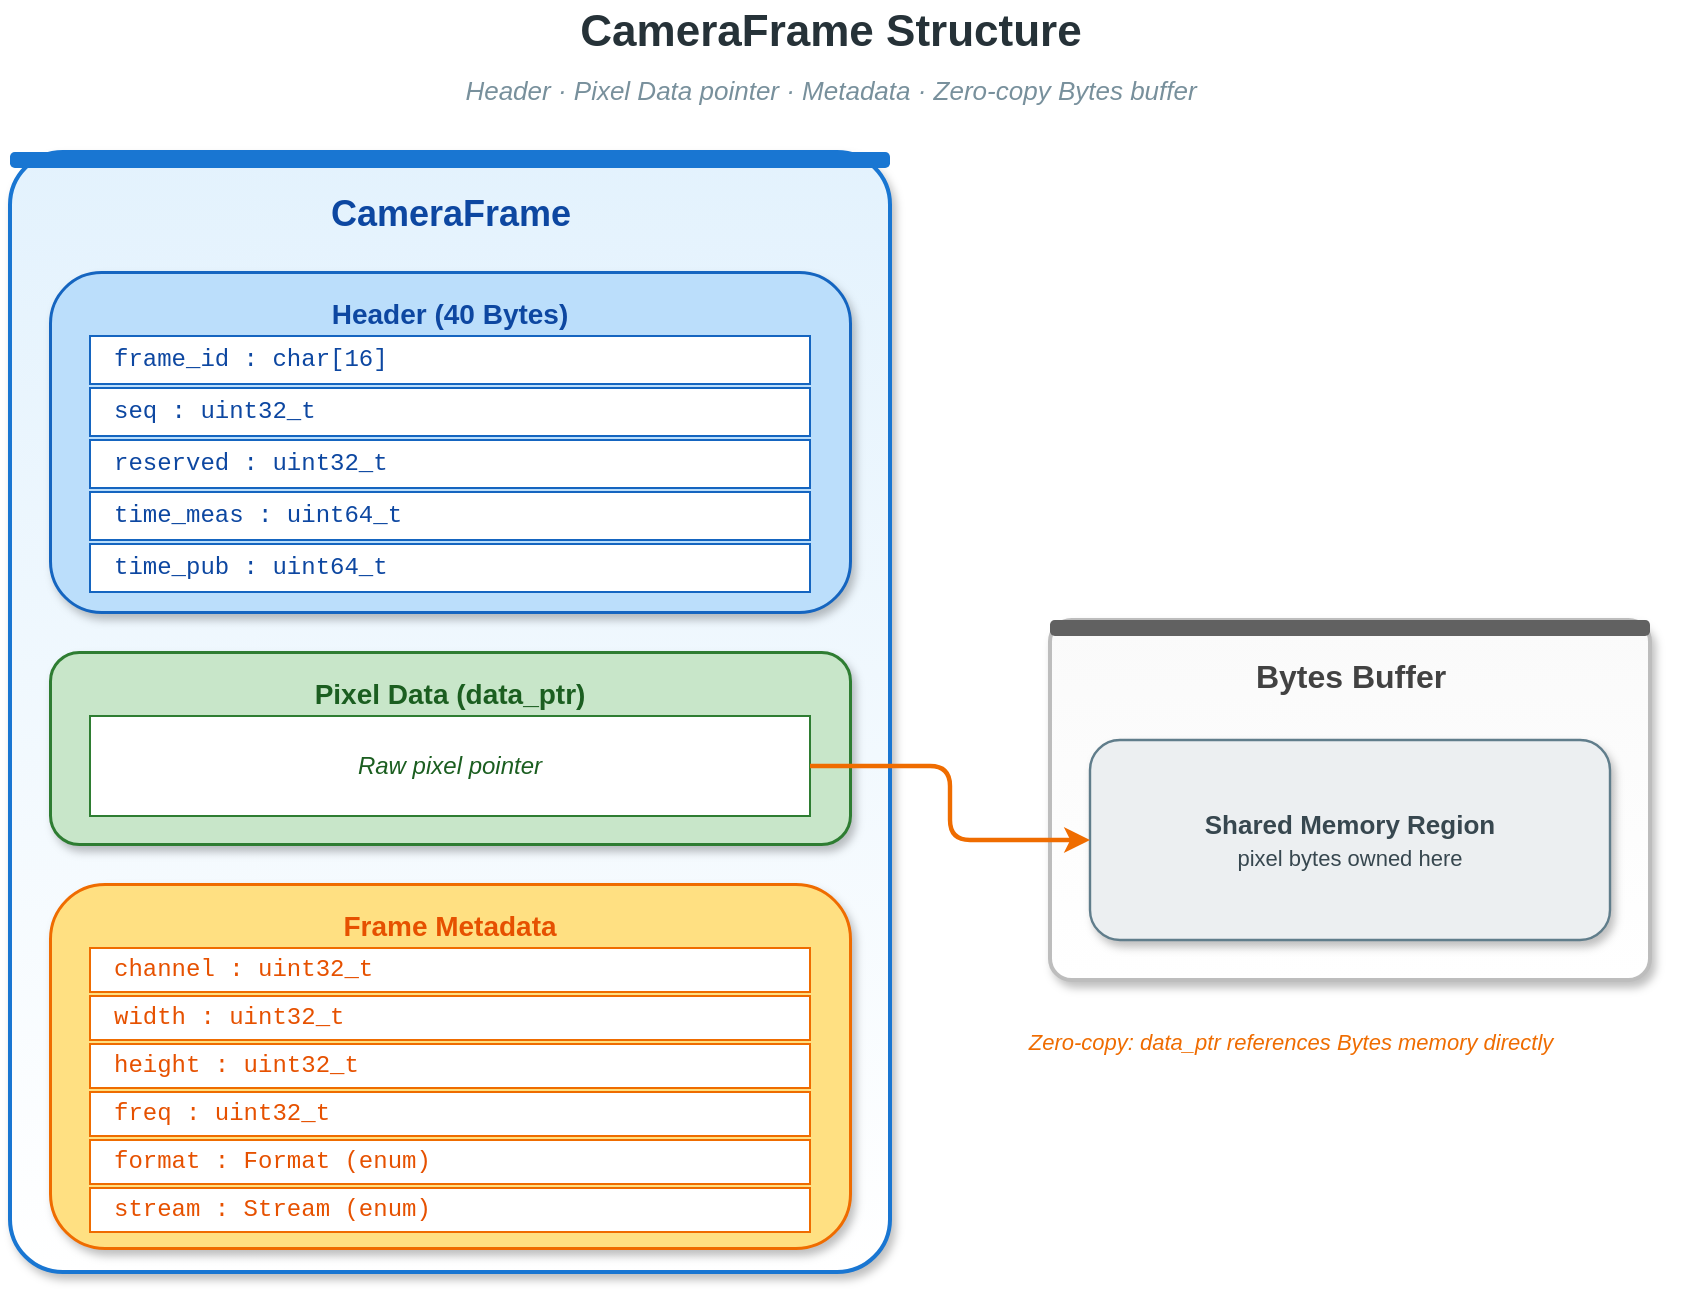
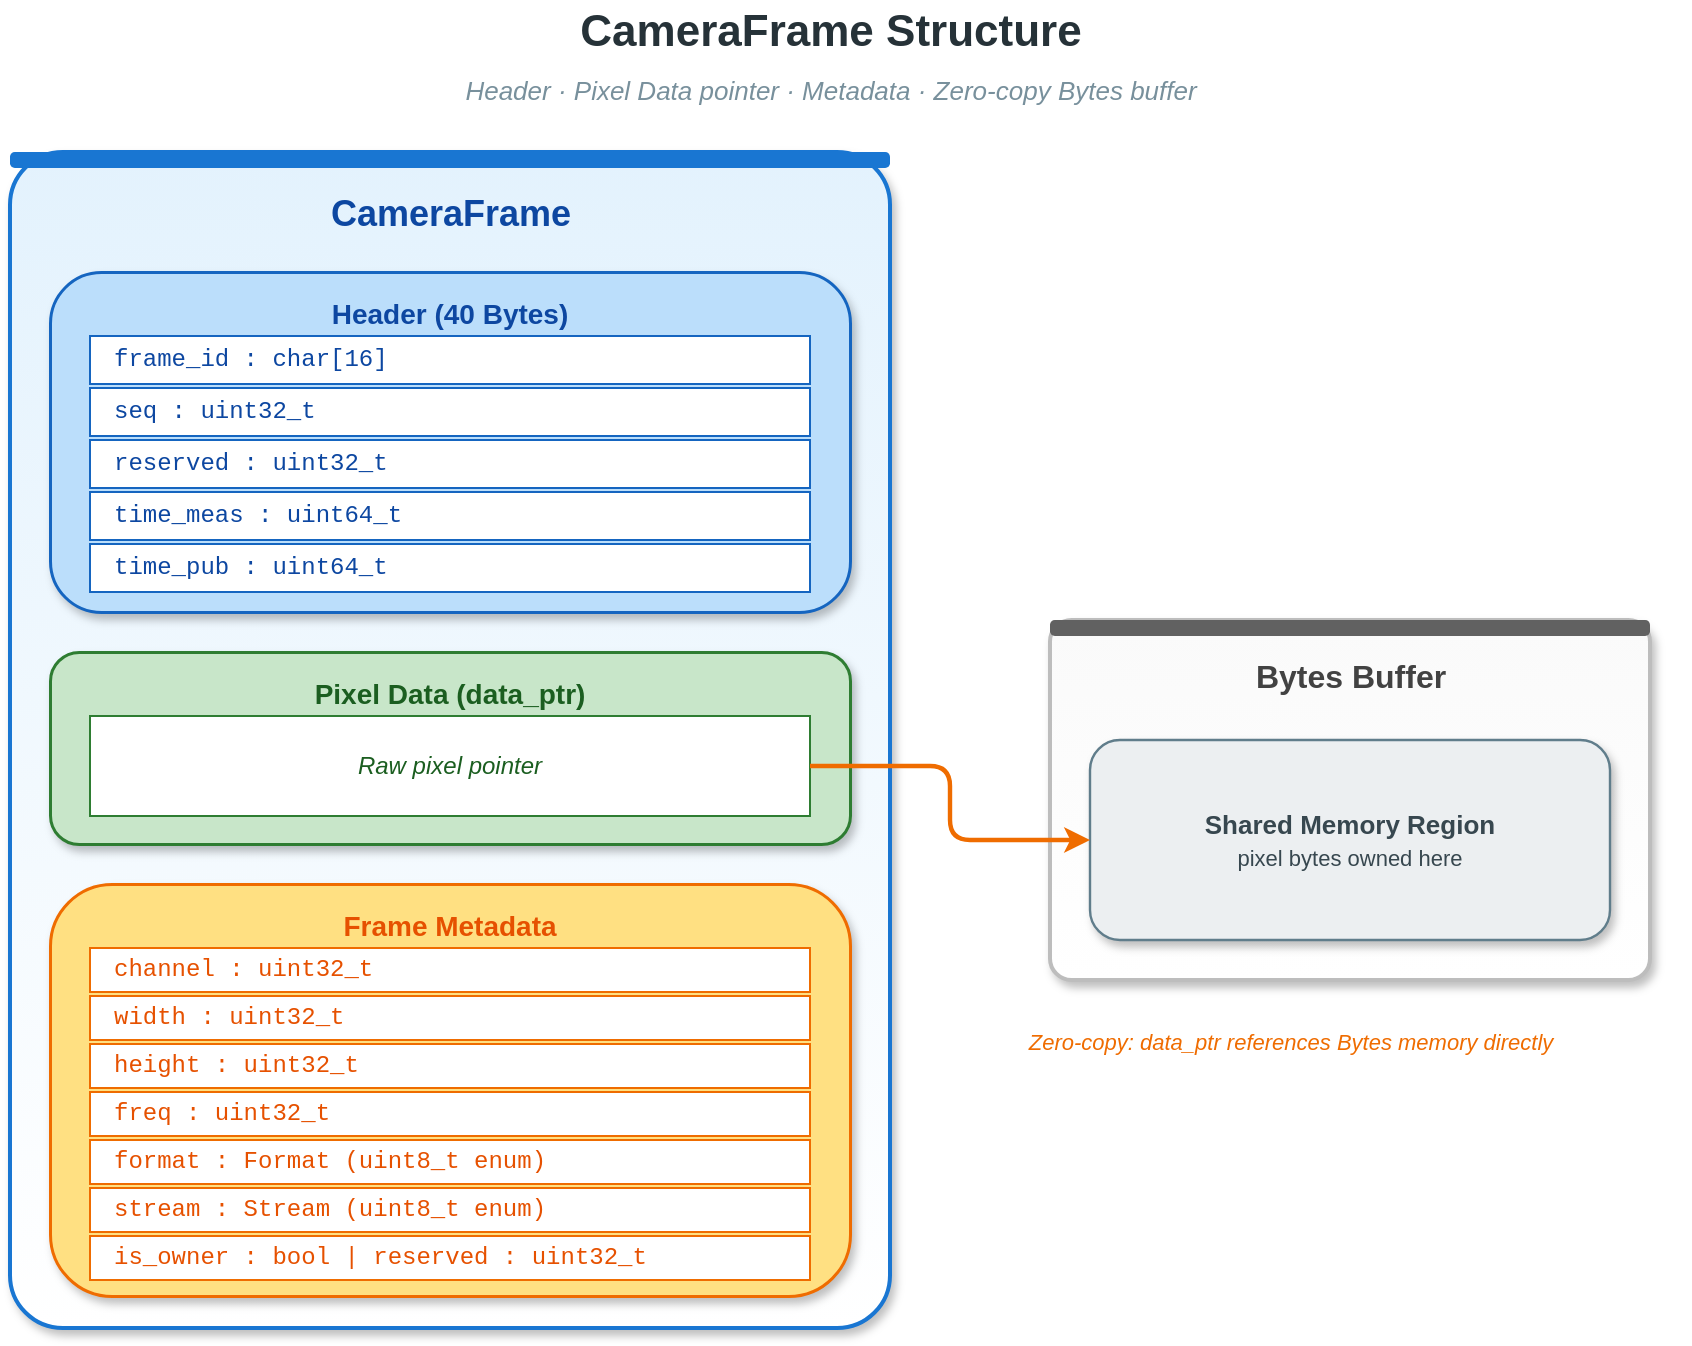
<mxfile host="app.diagrams.net" modified="2026-04-23T00:00:00.000Z" agent="Claude" version="24.0.0" type="device">
  <diagram id="camera-frame" name="CameraFrame Structure">
    <mxGraphModel dx="900" dy="700" grid="0" gridSize="10" guides="1" tooltips="1" connect="1" arrows="1" fold="1" page="1" pageScale="1" pageWidth="900" pageHeight="700" math="0" shadow="0">
      <root>
        <mxCell id="0" />
        <mxCell id="1" parent="0" />

        <mxCell id="title" value="CameraFrame Structure" style="text;html=1;align=center;verticalAlign=middle;strokeColor=none;fillColor=none;fontSize=22;fontStyle=1;fontColor=#263238;" vertex="1" parent="1">
          <mxGeometry x="40" y="20" width="820" height="32" as="geometry" />
        </mxCell>
        <mxCell id="sub" value="Header &#183; Pixel Data pointer &#183; Metadata &#183; Zero-copy Bytes buffer" style="text;html=1;align=center;verticalAlign=middle;strokeColor=none;fillColor=none;fontSize=13;fontStyle=2;fontColor=#78909c;" vertex="1" parent="1">
          <mxGeometry x="40" y="54" width="820" height="22" as="geometry" />
        </mxCell>

        <!-- Outer container -->
        <mxCell id="outer" value="" style="rounded=1;whiteSpace=wrap;html=1;fillColor=#ffffff;strokeColor=#1976d2;strokeWidth=2;arcSize=6;shadow=1;gradientColor=#e3f2fd;gradientDirection=north;" vertex="1" parent="1">
-           <mxGeometry x="40" y="96" width="440" height="560" as="geometry" />
+           <mxGeometry x="40" y="96" width="440" height="588" as="geometry" />
        </mxCell>
        <mxCell id="outerbar" value="" style="rounded=1;whiteSpace=wrap;html=1;fillColor=#1976d2;strokeColor=none;arcSize=30;" vertex="1" parent="1">
          <mxGeometry x="40" y="96" width="440" height="8" as="geometry" />
        </mxCell>
        <mxCell id="outert" value="CameraFrame" style="text;html=1;align=center;verticalAlign=middle;strokeColor=none;fillColor=none;fontSize=18;fontStyle=1;fontColor=#0d47a1;" vertex="1" parent="1">
          <mxGeometry x="40" y="112" width="440" height="30" as="geometry" />
        </mxCell>

        <!-- Header section -->
        <mxCell id="hdr" value="&lt;b&gt;Header (40 Bytes)&lt;/b&gt;" style="rounded=1;whiteSpace=wrap;html=1;fillColor=#bbdefb;strokeColor=#1565c0;strokeWidth=1.5;fontSize=14;verticalAlign=top;fontColor=#0d47a1;spacingTop=6;shadow=1;" vertex="1" parent="1">
          <mxGeometry x="60" y="156" width="400" height="170" as="geometry" />
        </mxCell>
        <mxCell id="f1" value="frame_id : char[16]" style="rounded=0;whiteSpace=wrap;html=1;fillColor=#ffffff;strokeColor=#1565c0;strokeWidth=1;fontSize=12;fontFamily=Courier New;fontColor=#0d47a1;align=left;spacingLeft=10;" vertex="1" parent="1">
          <mxGeometry x="80" y="188" width="360" height="24" as="geometry" />
        </mxCell>
        <mxCell id="f2" value="seq : uint32_t" style="rounded=0;whiteSpace=wrap;html=1;fillColor=#ffffff;strokeColor=#1565c0;strokeWidth=1;fontSize=12;fontFamily=Courier New;fontColor=#0d47a1;align=left;spacingLeft=10;" vertex="1" parent="1">
          <mxGeometry x="80" y="214" width="360" height="24" as="geometry" />
        </mxCell>
        <mxCell id="f3" value="reserved : uint32_t" style="rounded=0;whiteSpace=wrap;html=1;fillColor=#ffffff;strokeColor=#1565c0;strokeWidth=1;fontSize=12;fontFamily=Courier New;fontColor=#0d47a1;align=left;spacingLeft=10;" vertex="1" parent="1">
          <mxGeometry x="80" y="240" width="360" height="24" as="geometry" />
        </mxCell>
        <mxCell id="f4" value="time_meas : uint64_t" style="rounded=0;whiteSpace=wrap;html=1;fillColor=#ffffff;strokeColor=#1565c0;strokeWidth=1;fontSize=12;fontFamily=Courier New;fontColor=#0d47a1;align=left;spacingLeft=10;" vertex="1" parent="1">
          <mxGeometry x="80" y="266" width="360" height="24" as="geometry" />
        </mxCell>
        <mxCell id="f5" value="time_pub : uint64_t" style="rounded=0;whiteSpace=wrap;html=1;fillColor=#ffffff;strokeColor=#1565c0;strokeWidth=1;fontSize=12;fontFamily=Courier New;fontColor=#0d47a1;align=left;spacingLeft=10;" vertex="1" parent="1">
          <mxGeometry x="80" y="292" width="360" height="24" as="geometry" />
        </mxCell>

        <!-- Pixel Data pointer -->
        <mxCell id="pix" value="&lt;b&gt;Pixel Data (data_ptr)&lt;/b&gt;" style="rounded=1;whiteSpace=wrap;html=1;fillColor=#c8e6c9;strokeColor=#2e7d32;strokeWidth=1.5;fontSize=14;verticalAlign=top;fontColor=#1b5e20;spacingTop=6;shadow=1;" vertex="1" parent="1">
          <mxGeometry x="60" y="346" width="400" height="96" as="geometry" />
        </mxCell>
        <mxCell id="pixinner" value="Raw pixel pointer" style="rounded=0;whiteSpace=wrap;html=1;fillColor=#ffffff;strokeColor=#2e7d32;strokeWidth=1;fontSize=12;fontStyle=2;fontColor=#1b5e20;" vertex="1" parent="1">
          <mxGeometry x="80" y="378" width="360" height="50" as="geometry" />
        </mxCell>

        <!-- Metadata -->
        <mxCell id="meta" value="&lt;b&gt;Frame Metadata&lt;/b&gt;" style="rounded=1;whiteSpace=wrap;html=1;fillColor=#ffe082;strokeColor=#ef6c00;strokeWidth=1.5;fontSize=14;verticalAlign=top;fontColor=#e65100;spacingTop=6;shadow=1;" vertex="1" parent="1">
-           <mxGeometry x="60" y="462" width="400" height="182" as="geometry" />
+           <mxGeometry x="60" y="462" width="400" height="206" as="geometry" />
        </mxCell>
        <mxCell id="m1" value="channel : uint32_t" style="rounded=0;whiteSpace=wrap;html=1;fillColor=#ffffff;strokeColor=#ef6c00;strokeWidth=1;fontSize=12;fontFamily=Courier New;fontColor=#e65100;align=left;spacingLeft=10;" vertex="1" parent="1">
          <mxGeometry x="80" y="494" width="360" height="22" as="geometry" />
        </mxCell>
        <mxCell id="m2" value="width : uint32_t" style="rounded=0;whiteSpace=wrap;html=1;fillColor=#ffffff;strokeColor=#ef6c00;strokeWidth=1;fontSize=12;fontFamily=Courier New;fontColor=#e65100;align=left;spacingLeft=10;" vertex="1" parent="1">
          <mxGeometry x="80" y="518" width="360" height="22" as="geometry" />
        </mxCell>
        <mxCell id="m3" value="height : uint32_t" style="rounded=0;whiteSpace=wrap;html=1;fillColor=#ffffff;strokeColor=#ef6c00;strokeWidth=1;fontSize=12;fontFamily=Courier New;fontColor=#e65100;align=left;spacingLeft=10;" vertex="1" parent="1">
          <mxGeometry x="80" y="542" width="360" height="22" as="geometry" />
        </mxCell>
        <mxCell id="m4" value="freq : uint32_t" style="rounded=0;whiteSpace=wrap;html=1;fillColor=#ffffff;strokeColor=#ef6c00;strokeWidth=1;fontSize=12;fontFamily=Courier New;fontColor=#e65100;align=left;spacingLeft=10;" vertex="1" parent="1">
          <mxGeometry x="80" y="566" width="360" height="22" as="geometry" />
        </mxCell>
-         <mxCell id="m5" value="format : Format (enum)" style="rounded=0;whiteSpace=wrap;html=1;fillColor=#ffffff;strokeColor=#ef6c00;strokeWidth=1;fontSize=12;fontFamily=Courier New;fontColor=#e65100;align=left;spacingLeft=10;" vertex="1" parent="1">
+         <mxCell id="m5" value="format : Format (uint8_t enum)" style="rounded=0;whiteSpace=wrap;html=1;fillColor=#ffffff;strokeColor=#ef6c00;strokeWidth=1;fontSize=12;fontFamily=Courier New;fontColor=#e65100;align=left;spacingLeft=10;" vertex="1" parent="1">
          <mxGeometry x="80" y="590" width="360" height="22" as="geometry" />
        </mxCell>
-         <mxCell id="m6" value="stream : Stream (enum)" style="rounded=0;whiteSpace=wrap;html=1;fillColor=#ffffff;strokeColor=#ef6c00;strokeWidth=1;fontSize=12;fontFamily=Courier New;fontColor=#e65100;align=left;spacingLeft=10;" vertex="1" parent="1">
+         <mxCell id="m6" value="stream : Stream (uint8_t enum)" style="rounded=0;whiteSpace=wrap;html=1;fillColor=#ffffff;strokeColor=#ef6c00;strokeWidth=1;fontSize=12;fontFamily=Courier New;fontColor=#e65100;align=left;spacingLeft=10;" vertex="1" parent="1">
          <mxGeometry x="80" y="614" width="360" height="22" as="geometry" />
+         </mxCell>
+         <mxCell id="m7" value="is_owner : bool   |   reserved : uint32_t" style="rounded=0;whiteSpace=wrap;html=1;fillColor=#ffffff;strokeColor=#ef6c00;strokeWidth=1;fontSize=12;fontFamily=Courier New;fontColor=#e65100;align=left;spacingLeft=10;" vertex="1" parent="1">
+           <mxGeometry x="80" y="638" width="360" height="22" as="geometry" />
        </mxCell>

        <!-- Bytes buffer (external) -->
        <mxCell id="buf" value="" style="rounded=1;whiteSpace=wrap;html=1;fillColor=#ffffff;strokeColor=#bdbdbd;strokeWidth=2;arcSize=6;shadow=1;gradientColor=#fafafa;gradientDirection=north;" vertex="1" parent="1">
          <mxGeometry x="560" y="330" width="300" height="180" as="geometry" />
        </mxCell>
        <mxCell id="bufbar" value="" style="rounded=1;whiteSpace=wrap;html=1;fillColor=#616161;strokeColor=none;arcSize=30;" vertex="1" parent="1">
          <mxGeometry x="560" y="330" width="300" height="8" as="geometry" />
        </mxCell>
        <mxCell id="buft" value="Bytes Buffer" style="text;html=1;align=center;verticalAlign=middle;strokeColor=none;fillColor=none;fontSize=16;fontStyle=1;fontColor=#424242;" vertex="1" parent="1">
          <mxGeometry x="560" y="344" width="300" height="28" as="geometry" />
        </mxCell>
        <mxCell id="bufin" value="&lt;b&gt;Shared Memory Region&lt;/b&gt;&lt;br/&gt;&lt;span style=&quot;font-size:11px;&quot;&gt;pixel bytes owned here&lt;/span&gt;" style="rounded=1;whiteSpace=wrap;html=1;fillColor=#eceff1;strokeColor=#607d8b;strokeWidth=1.2;fontSize=13;fontColor=#37474f;shadow=1;" vertex="1" parent="1">
          <mxGeometry x="580" y="390" width="260" height="100" as="geometry" />
        </mxCell>

        <!-- Arrow from pixel data to buffer -->
        <mxCell id="arrow" value="" style="edgeStyle=orthogonalEdgeStyle;rounded=1;endArrow=classic;endFill=1;html=1;strokeWidth=2.2;strokeColor=#ef6c00;exitX=1;exitY=0.5;entryX=0;entryY=0.5;" edge="1" parent="1" source="pixinner" target="bufin">
          <mxGeometry relative="1" as="geometry" />
        </mxCell>

        <!-- Note under the arrow -->
        <mxCell id="note" value="Zero-copy: data_ptr references Bytes memory directly" style="text;html=1;align=center;verticalAlign=middle;strokeColor=none;fillColor=none;fontSize=11;fontStyle=2;fontColor=#ef6c00;" vertex="1" parent="1">
          <mxGeometry x="480" y="530" width="400" height="22" as="geometry" />
        </mxCell>

      </root>
    </mxGraphModel>
  </diagram>
</mxfile>
